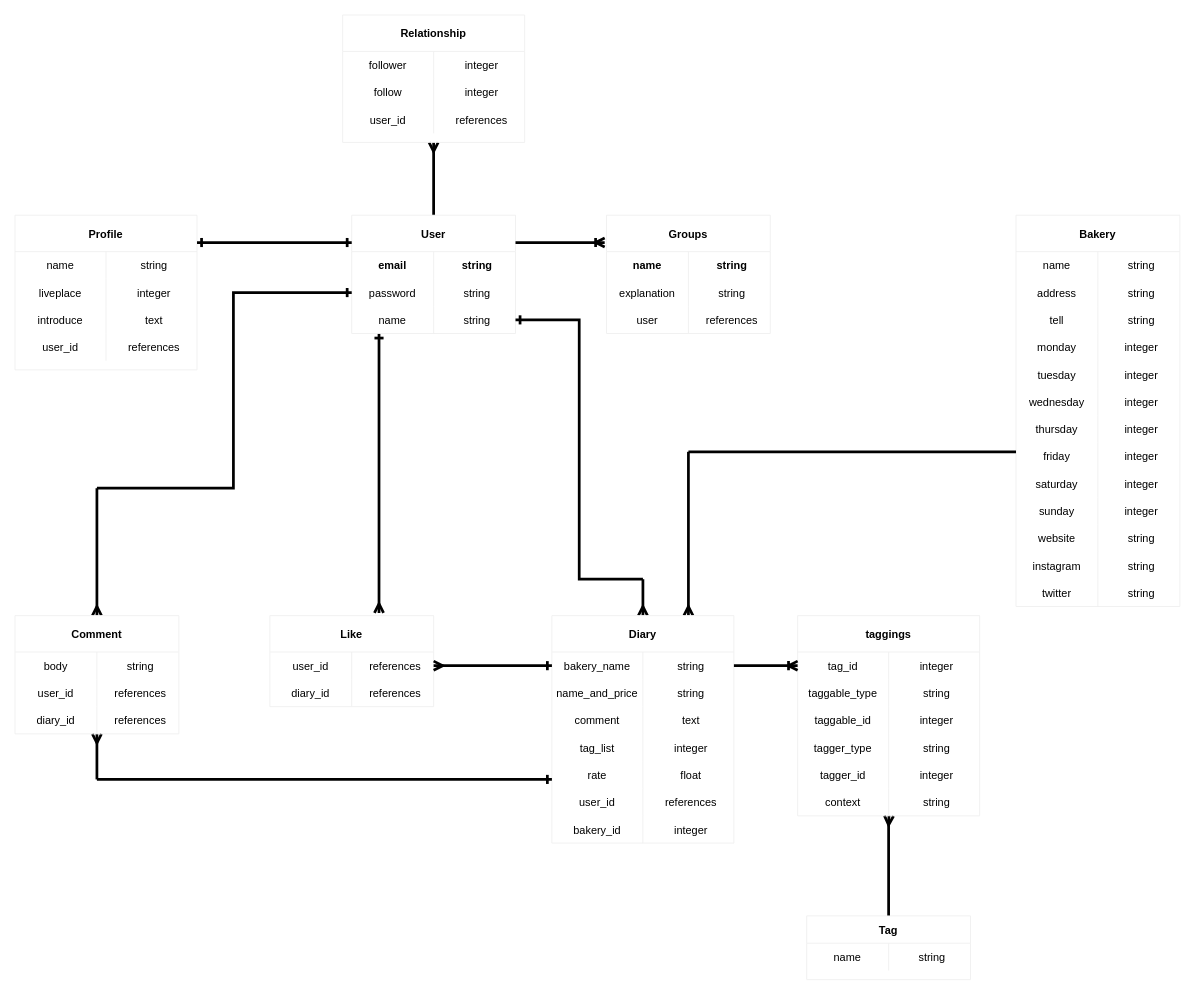
The draw.io diagram pandiary.dio in hiromu-t396/pandiary, before the edit. Source tidied: cells renumbered, new cells numbered last; positions are measured from the earlier drawing's top-left corner, leaving out a move shared by most shapes. Both pictures are drawn from the tidied source at 91%, with x=0, y=0 at pixel (15, 15).
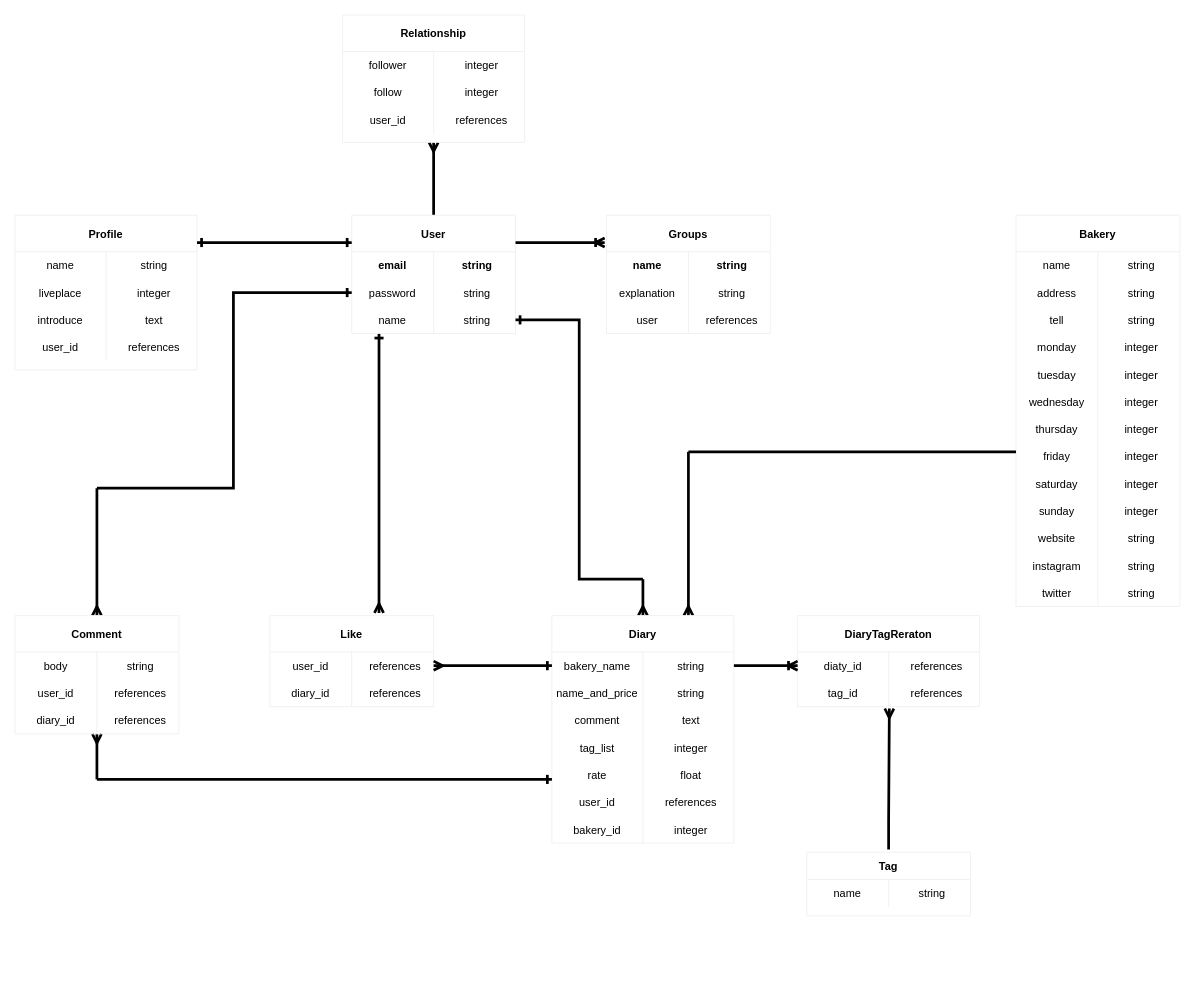
The same diagram, later.

Commit message (it also covers changes not shown here):
Gemにacts-as-taggable-on追加

The change refers to these unchanged cells:
```xml
<mxCell id="117" style="shape=partialRectangle;fillColor=none;top=0;left=0;bottom=1;right=0;points=[[0,0.5],[1,0.5]];portConstraint=eastwest;strokeColor=none;" parent="116" vertex="1">
  <mxGeometry y="40" width="200" height="30" as="geometry" />
</mxCell>
<mxCell id="120" style="shape=partialRectangle;fillColor=none;top=0;left=0;bottom=0;right=0;strokeColor=none;" parent="116" vertex="1">
  <mxGeometry y="70" width="200" height="30" as="geometry" />
</mxCell>
```

Change to the diagram source:
```diff
@@
-    <mxCell id="111" style="edgeStyle=orthogonalEdgeStyle;rounded=0;jettySize=auto;html=1;exitX=0.5;exitY=0;exitDx=0;exitDy=0;startArrow=none;startFill=0;endArrow=ERmany;endFill=0;strokeWidth=3;entryX=0.502;entryY=1;entryDx=0;entryDy=0;entryPerimeter=0;" parent="1" edge="1" source="112" target="132">
+    <mxCell id="111" style="edgeStyle=orthogonalEdgeStyle;rounded=0;orthogonalLoop=1;jettySize=auto;html=1;exitX=0.5;exitY=0;exitDx=0;exitDy=0;startArrow=none;startFill=0;endArrow=ERmany;endFill=0;strokeWidth=3;entryX=0.504;entryY=1.169;entryDx=0;entryDy=0;entryPerimeter=0;" parent="1" edge="1">
       <mxGeometry relative="1" as="geometry">
+        <mxPoint x="960" y="917" as="sourcePoint" />
+        <mxPoint x="960.8" y="762.1" as="targetPoint" />
         <Array as="points">
-          <mxPoint x="960" y="890" />
-          <mxPoint x="960" y="890" />
+          <mxPoint x="960" y="887" />
         </Array>
       </mxGeometry>
     </mxCell>
     <mxCell id="112" value="Tag" style="shape=table;startSize=30;childLayout=tableLayout;rowLines=0;fontStyle=1;align=center;strokeColor=#f0f0f0;" parent="1" vertex="1">
-      <mxGeometry x="870" y="990" width="180" height="70" as="geometry" />
+      <mxGeometry x="870" y="920" width="180" height="70" as="geometry" />
     </mxCell>
@@
-    <mxCell id="116" value="taggings" style="shape=table;startSize=40;childLayout=tableLayout;rowLines=0;fontStyle=1;align=center;strokeColor=#f0f0f0;" parent="1" vertex="1">
-      <mxGeometry x="860" y="660" width="200" height="220" as="geometry" />
+    <mxCell id="116" value="DiaryTagReraton" style="shape=table;startSize=40;childLayout=tableLayout;rowLines=0;fontStyle=1;align=center;strokeColor=#f0f0f0;" parent="1" vertex="1">
+      <mxGeometry x="860" y="660" width="200" height="100" as="geometry" />
     </mxCell>
@@
-    <mxCell id="118" value="tag_id" style="shape=partialRectangle;fillColor=none;top=0;left=0;bottom=0;right=0;fontStyle=0;overflow=hidden;strokeColor=none;" parent="117" vertex="1">
+    <mxCell id="118" value="diaty_id" style="shape=partialRectangle;fillColor=none;top=0;left=0;bottom=0;right=0;fontStyle=0;overflow=hidden;strokeColor=none;" parent="117" vertex="1">
       <mxGeometry width="100" height="30" as="geometry" />
     </mxCell>
-    <mxCell id="119" value="integer" style="shape=partialRectangle;fillColor=none;top=0;left=0;bottom=0;right=0;align=center;spacingLeft=6;fontStyle=0;overflow=hidden;strokeColor=none;" parent="117" vertex="1">
+    <mxCell id="119" value="references" style="shape=partialRectangle;fillColor=none;top=0;left=0;bottom=0;right=0;align=center;spacingLeft=6;fontStyle=0;overflow=hidden;strokeColor=none;" parent="117" vertex="1">
       <mxGeometry x="100" width="100" height="30" as="geometry" />
     </mxCell>
@@
-    <mxCell id="121" value="taggable_type" style="shape=partialRectangle;fillColor=none;top=0;left=0;bottom=0;right=0;overflow=hidden;" parent="120" vertex="1">
+    <mxCell id="121" value="tag_id" style="shape=partialRectangle;fillColor=none;top=0;left=0;bottom=0;right=0;overflow=hidden;" parent="120" vertex="1">
       <mxGeometry width="100" height="30" as="geometry" />
     </mxCell>
-    <mxCell id="122" value="string" style="shape=partialRectangle;fillColor=none;top=0;left=0;bottom=0;right=0;align=center;spacingLeft=6;overflow=hidden;" parent="120" vertex="1">
+    <mxCell id="122" value="references" style="shape=partialRectangle;fillColor=none;top=0;left=0;bottom=0;right=0;align=center;spacingLeft=6;overflow=hidden;" parent="120" vertex="1">
       <mxGeometry x="100" width="100" height="30" as="geometry" />
     </mxCell>
-    <mxCell id="123" style="shape=partialRectangle;fillColor=none;top=0;left=0;bottom=0;right=0;" parent="116" vertex="1">
-      <mxGeometry y="100" width="200" height="30" as="geometry" />
-    </mxCell>
-    <mxCell id="124" value="taggable_id" style="shape=partialRectangle;fillColor=none;top=0;left=0;bottom=0;right=0;overflow=hidden;" parent="123" vertex="1">
-      <mxGeometry width="100" height="30" as="geometry" />
-    </mxCell>
-    <mxCell id="125" value="integer" style="shape=partialRectangle;fillColor=none;top=0;left=0;bottom=0;right=0;align=center;spacingLeft=6;overflow=hidden;" parent="123" vertex="1">
-      <mxGeometry x="100" width="100" height="30" as="geometry" />
-    </mxCell>
-    <mxCell id="126" style="shape=partialRectangle;fillColor=none;top=0;left=0;bottom=0;right=0;" parent="116" vertex="1">
-      <mxGeometry y="130" width="200" height="30" as="geometry" />
-    </mxCell>
-    <mxCell id="127" value="tagger_type" style="shape=partialRectangle;fillColor=none;top=0;left=0;bottom=0;right=0;fontStyle=0;overflow=hidden;" parent="126" vertex="1">
-      <mxGeometry width="100" height="30" as="geometry" />
-    </mxCell>
-    <mxCell id="128" value="string" style="shape=partialRectangle;fillColor=none;top=0;left=0;bottom=0;right=0;align=center;spacingLeft=6;fontStyle=0;overflow=hidden;" parent="126" vertex="1">
-      <mxGeometry x="100" width="100" height="30" as="geometry" />
-    </mxCell>
-    <mxCell id="129" style="shape=partialRectangle;fillColor=none;top=0;left=0;bottom=0;right=0;" parent="116" vertex="1">
-      <mxGeometry y="160" width="200" height="30" as="geometry" />
-    </mxCell>
-    <mxCell id="130" value="tagger_id" style="shape=partialRectangle;fillColor=none;top=0;left=0;bottom=0;right=0;fontStyle=0;overflow=hidden;" parent="129" vertex="1">
-      <mxGeometry width="100" height="30" as="geometry" />
-    </mxCell>
-    <mxCell id="131" value="integer" style="shape=partialRectangle;fillColor=none;top=0;left=0;bottom=0;right=0;align=center;spacingLeft=6;fontStyle=0;overflow=hidden;" parent="129" vertex="1">
-      <mxGeometry x="100" width="100" height="30" as="geometry" />
-    </mxCell>
-    <mxCell id="132" style="shape=partialRectangle;fillColor=none;top=0;left=0;bottom=0;right=0;points=[[0,0.5],[1,0.5]];portConstraint=eastwest;" parent="116" vertex="1">
-      <mxGeometry y="190" width="200" height="30" as="geometry" />
-    </mxCell>
-    <mxCell id="133" value="context" style="shape=partialRectangle;fillColor=none;top=0;left=0;bottom=0;right=0;fontStyle=0;overflow=hidden;" parent="132" vertex="1">
-      <mxGeometry width="100" height="30" as="geometry" />
-    </mxCell>
-    <mxCell id="134" value="string" style="shape=partialRectangle;fillColor=none;top=0;left=0;bottom=0;right=0;align=center;spacingLeft=6;fontStyle=0;overflow=hidden;" parent="132" vertex="1">
-      <mxGeometry x="100" width="100" height="30" as="geometry" />
-    </mxCell>
```
